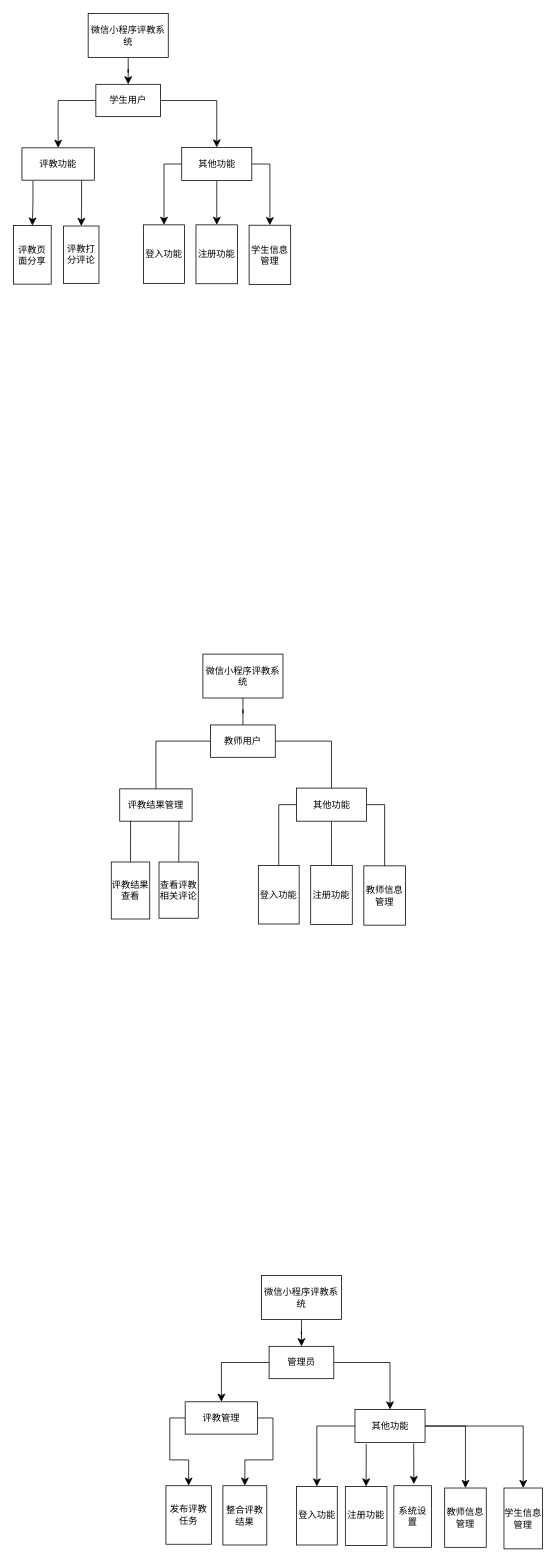
Earlier version of the draw.io diagram page "功能图" (6 of 7) of 未命名绘图.drawio (mao-user/2024code). Source tidied: cells renumbered, new cells numbered last; positions are measured from the earlier drawing's top-left corner, leaving out a move shared by most shapes. Both pictures are drawn from the tidied source at 77%, with x=0, y=0 at pixel (13, 13).
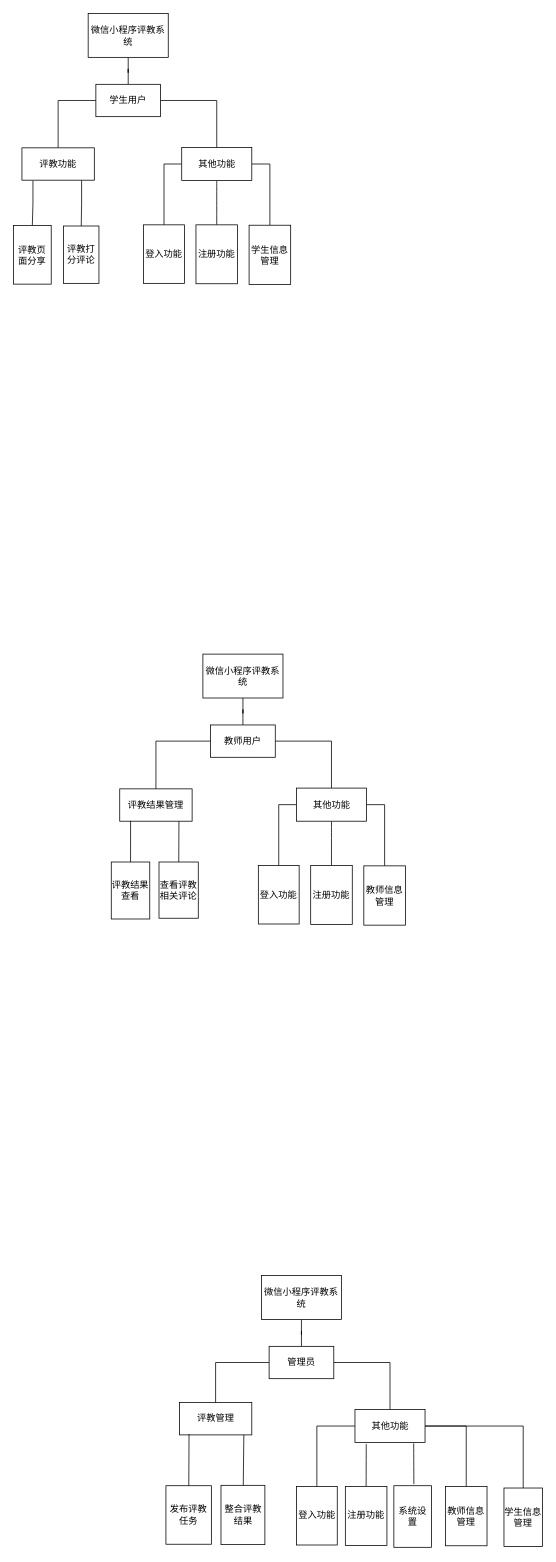
The same diagram, later.

Unchanged cells that the change refers to:
```xml
<mxCell id="3" value="微信小程序评教系统" style="rounded=0;whiteSpace=wrap;html=1;" parent="1" vertex="1">
  <mxGeometry x="97" width="104" height="57" as="geometry" />
</mxCell>
<mxCell id="6" value="学生用户" style="rounded=0;whiteSpace=wrap;html=1;" parent="1" vertex="1">
  <mxGeometry x="107" y="92" width="84" height="42" as="geometry" />
</mxCell>
<mxCell id="9" value="评教功能" style="rounded=0;whiteSpace=wrap;html=1;" parent="1" vertex="1">
  <mxGeometry x="11" y="174.5" width="94" height="42" as="geometry" />
</mxCell>
<mxCell id="13" value="其他功能" style="rounded=0;whiteSpace=wrap;html=1;" parent="1" vertex="1">
  <mxGeometry x="218.5" y="174" width="91" height="43" as="geometry" />
</mxCell>
<mxCell id="14" value="评教页面分享" style="rounded=0;whiteSpace=wrap;html=1;" parent="1" vertex="1">
  <mxGeometry y="275.5" width="49" height="76" as="geometry" />
</mxCell>
<mxCell id="15" value="评教打分评论" style="rounded=0;whiteSpace=wrap;html=1;" parent="1" vertex="1">
  <mxGeometry x="65" y="276" width="46" height="74.5" as="geometry" />
</mxCell>
<mxCell id="16" value="登入功能" style="rounded=0;whiteSpace=wrap;html=1;" parent="1" vertex="1">
  <mxGeometry x="169" y="274.5" width="53" height="76" as="geometry" />
</mxCell>
<mxCell id="17" value="注册功能" style="rounded=0;whiteSpace=wrap;html=1;" parent="1" vertex="1">
  <mxGeometry x="237" y="274.5" width="54" height="76.5" as="geometry" />
</mxCell>
<mxCell id="18" value="学生信息管理" style="rounded=0;whiteSpace=wrap;html=1;" parent="1" vertex="1">
  <mxGeometry x="306" y="275" width="54" height="77" as="geometry" />
</mxCell>
<mxCell id="35" value="微信小程序评教系统" style="rounded=0;whiteSpace=wrap;html=1;" parent="1" vertex="1">
  <mxGeometry x="322" y="1639" width="104" height="57" as="geometry" />
</mxCell>
<mxCell id="38" value="管理员" style="rounded=0;whiteSpace=wrap;html=1;" parent="1" vertex="1">
  <mxGeometry x="332" y="1731" width="84" height="42" as="geometry" />
</mxCell>
<mxCell id="47" value="其他功能" style="rounded=0;whiteSpace=wrap;html=1;" parent="1" vertex="1">
  <mxGeometry x="443.5" y="1813" width="91" height="43" as="geometry" />
</mxCell>
<mxCell id="48" value="发布评教任务" style="rounded=0;whiteSpace=wrap;html=1;" parent="1" vertex="1">
  <mxGeometry x="198" y="1912" width="59" height="76" as="geometry" />
</mxCell>
<mxCell id="50" value="登入功能" style="rounded=0;whiteSpace=wrap;html=1;" parent="1" vertex="1">
  <mxGeometry x="367.5" y="1913" width="53" height="76" as="geometry" />
</mxCell>
<mxCell id="51" value="注册功能" style="rounded=0;whiteSpace=wrap;html=1;" parent="1" vertex="1">
  <mxGeometry x="431" y="1913" width="54" height="76.5" as="geometry" />
</mxCell>
```

Diff of the diagram source:
```diff
@@
-    <mxCell id="2" style="edgeStyle=orthogonalEdgeStyle;rounded=0;jettySize=auto;html=1;fontSize=12;startSize=8;endSize=8;" parent="1" edge="1" source="3" target="6">
+    <mxCell id="2" style="edgeStyle=orthogonalEdgeStyle;rounded=0;jettySize=auto;html=1;fontSize=12;startSize=8;endSize=8;endArrow=none;startFill=0;" parent="1" edge="1" source="3" target="6">
       <mxGeometry relative="1" as="geometry" />
     </mxCell>
@@
-    <mxCell id="4" style="edgeStyle=orthogonalEdgeStyle;rounded=0;jettySize=auto;html=1;entryX=0.5;entryY=0;entryDx=0;entryDy=0;fontSize=12;startSize=8;endSize=8;" parent="1" edge="1" source="6" target="9">
+    <mxCell id="4" style="edgeStyle=orthogonalEdgeStyle;rounded=0;jettySize=auto;html=1;entryX=0.5;entryY=0;entryDx=0;entryDy=0;fontSize=12;startSize=8;endSize=8;endArrow=none;startFill=0;" parent="1" edge="1" source="6" target="9">
       <mxGeometry relative="1" as="geometry" />
     </mxCell>
-    <mxCell id="5" style="edgeStyle=orthogonalEdgeStyle;rounded=0;jettySize=auto;html=1;entryX=0.5;entryY=0;entryDx=0;entryDy=0;fontSize=12;startSize=8;endSize=8;exitX=1;exitY=0.5;exitDx=0;exitDy=0;" parent="1" edge="1" source="6" target="13">
+    <mxCell id="5" style="edgeStyle=orthogonalEdgeStyle;rounded=0;jettySize=auto;html=1;entryX=0.5;entryY=0;entryDx=0;entryDy=0;fontSize=12;startSize=8;endSize=8;exitX=1;exitY=0.5;exitDx=0;exitDy=0;endArrow=none;startFill=0;" parent="1" edge="1" source="6" target="13">
       <mxGeometry relative="1" as="geometry" />
     </mxCell>
@@
-    <mxCell id="7" style="edgeStyle=orthogonalEdgeStyle;rounded=0;jettySize=auto;html=1;exitX=0.152;exitY=1.016;exitDx=0;exitDy=0;entryX=0.5;entryY=0;entryDx=0;entryDy=0;fontSize=12;startSize=8;endSize=8;exitPerimeter=0;" parent="1" edge="1" source="9" target="14">
+    <mxCell id="7" style="edgeStyle=orthogonalEdgeStyle;rounded=0;jettySize=auto;html=1;exitX=0.152;exitY=1.016;exitDx=0;exitDy=0;entryX=0.5;entryY=0;entryDx=0;entryDy=0;fontSize=12;startSize=8;endSize=8;exitPerimeter=0;endArrow=none;startFill=0;" parent="1" edge="1" source="9" target="14">
       <mxGeometry relative="1" as="geometry" />
     </mxCell>
-    <mxCell id="8" style="edgeStyle=orthogonalEdgeStyle;rounded=0;jettySize=auto;html=1;exitX=0.824;exitY=1;exitDx=0;exitDy=0;entryX=0.5;entryY=0;entryDx=0;entryDy=0;fontSize=12;startSize=8;endSize=8;exitPerimeter=0;" parent="1" edge="1" source="9" target="15">
+    <mxCell id="8" style="edgeStyle=orthogonalEdgeStyle;rounded=0;jettySize=auto;html=1;exitX=0.824;exitY=1;exitDx=0;exitDy=0;entryX=0.5;entryY=0;entryDx=0;entryDy=0;fontSize=12;startSize=8;endSize=8;exitPerimeter=0;endArrow=none;endFill=1;startFill=0;" parent="1" edge="1" source="9" target="15">
       <mxGeometry relative="1" as="geometry" />
     </mxCell>
@@
-    <mxCell id="10" style="edgeStyle=orthogonalEdgeStyle;rounded=0;jettySize=auto;html=1;exitX=0;exitY=0.5;exitDx=0;exitDy=0;entryX=0.5;entryY=0;entryDx=0;entryDy=0;fontSize=12;startSize=8;endSize=8;" parent="1" edge="1" source="13" target="16">
+    <mxCell id="10" style="edgeStyle=orthogonalEdgeStyle;rounded=0;jettySize=auto;html=1;exitX=0;exitY=0.5;exitDx=0;exitDy=0;entryX=0.5;entryY=0;entryDx=0;entryDy=0;fontSize=12;startSize=8;endSize=8;endArrow=none;startFill=0;" parent="1" edge="1" source="13" target="16">
       <mxGeometry relative="1" as="geometry" />
     </mxCell>
-    <mxCell id="11" style="edgeStyle=none;curved=1;rounded=0;jettySize=auto;html=1;exitX=0.5;exitY=1;exitDx=0;exitDy=0;entryX=0.5;entryY=0;entryDx=0;entryDy=0;fontSize=12;startSize=8;endSize=8;" parent="1" edge="1" source="13" target="17">
+    <mxCell id="11" style="edgeStyle=none;curved=1;rounded=0;jettySize=auto;html=1;exitX=0.5;exitY=1;exitDx=0;exitDy=0;entryX=0.5;entryY=0;entryDx=0;entryDy=0;fontSize=12;startSize=8;endSize=8;endArrow=none;startFill=0;" parent="1" edge="1" source="13" target="17">
       <mxGeometry relative="1" as="geometry" />
     </mxCell>
-    <mxCell id="12" style="edgeStyle=orthogonalEdgeStyle;rounded=0;jettySize=auto;html=1;exitX=1;exitY=0.5;exitDx=0;exitDy=0;entryX=0.5;entryY=0;entryDx=0;entryDy=0;fontSize=12;startSize=8;endSize=8;" parent="1" edge="1" source="13" target="18">
+    <mxCell id="12" style="edgeStyle=orthogonalEdgeStyle;rounded=0;jettySize=auto;html=1;exitX=1;exitY=0.5;exitDx=0;exitDy=0;entryX=0.5;entryY=0;entryDx=0;entryDy=0;fontSize=12;startSize=8;endSize=8;endArrow=none;startFill=0;" parent="1" edge="1" source="13" target="18">
       <mxGeometry relative="1" as="geometry" />
     </mxCell>
@@
-    <mxCell id="34" style="edgeStyle=orthogonalEdgeStyle;rounded=0;jettySize=auto;html=1;fontSize=12;startSize=8;endSize=8;" parent="1" edge="1" source="35" target="38">
+    <mxCell id="34" style="edgeStyle=orthogonalEdgeStyle;rounded=0;jettySize=auto;html=1;fontSize=12;startSize=8;endSize=8;endArrow=none;startFill=0;" parent="1" edge="1" source="35" target="38">
       <mxGeometry relative="1" as="geometry" />
     </mxCell>
@@
-    <mxCell id="36" style="edgeStyle=orthogonalEdgeStyle;rounded=0;jettySize=auto;html=1;entryX=0.5;entryY=0;entryDx=0;entryDy=0;fontSize=12;startSize=8;endSize=8;" parent="1" edge="1" source="38" target="41">
+    <mxCell id="36" style="edgeStyle=orthogonalEdgeStyle;rounded=0;jettySize=auto;html=1;entryX=0.5;entryY=0;entryDx=0;entryDy=0;fontSize=12;startSize=8;endSize=8;endArrow=none;startFill=0;" parent="1" edge="1" source="38" target="41">
       <mxGeometry relative="1" as="geometry" />
     </mxCell>
-    <mxCell id="37" style="edgeStyle=orthogonalEdgeStyle;rounded=0;jettySize=auto;html=1;entryX=0.5;entryY=0;entryDx=0;entryDy=0;fontSize=12;startSize=8;endSize=8;exitX=1;exitY=0.5;exitDx=0;exitDy=0;" parent="1" edge="1" source="38" target="47">
+    <mxCell id="37" style="edgeStyle=orthogonalEdgeStyle;rounded=0;jettySize=auto;html=1;entryX=0.5;entryY=0;entryDx=0;entryDy=0;fontSize=12;startSize=8;endSize=8;exitX=1;exitY=0.5;exitDx=0;exitDy=0;endArrow=none;startFill=0;" parent="1" edge="1" source="38" target="47">
       <mxGeometry relative="1" as="geometry" />
     </mxCell>
@@
-    <mxCell id="39" style="edgeStyle=orthogonalEdgeStyle;rounded=0;jettySize=auto;html=1;exitX=0;exitY=0.5;exitDx=0;exitDy=0;entryX=0.5;entryY=0;entryDx=0;entryDy=0;fontSize=12;startSize=8;endSize=8;" parent="1" edge="1" source="41" target="48">
-      <mxGeometry relative="1" as="geometry" />
-    </mxCell>
-    <mxCell id="40" style="edgeStyle=orthogonalEdgeStyle;rounded=0;jettySize=auto;html=1;exitX=1;exitY=0.5;exitDx=0;exitDy=0;entryX=0.5;entryY=0;entryDx=0;entryDy=0;fontSize=12;startSize=8;endSize=8;" parent="1" edge="1" source="41" target="49">
-      <mxGeometry relative="1" as="geometry" />
-    </mxCell>
     <mxCell id="41" value="评教管理" style="rounded=0;whiteSpace=wrap;html=1;" parent="1" vertex="1">
-      <mxGeometry x="223" y="1803" width="94" height="42" as="geometry" />
+      <mxGeometry x="215.5" y="1804" width="94" height="42" as="geometry" />
     </mxCell>
-    <mxCell id="42" style="edgeStyle=orthogonalEdgeStyle;rounded=0;jettySize=auto;html=1;exitX=0;exitY=0.5;exitDx=0;exitDy=0;entryX=0.5;entryY=0;entryDx=0;entryDy=0;fontSize=12;startSize=8;endSize=8;" parent="1" edge="1" source="47" target="50">
+    <mxCell id="42" style="edgeStyle=orthogonalEdgeStyle;rounded=0;jettySize=auto;html=1;exitX=0;exitY=0.5;exitDx=0;exitDy=0;entryX=0.5;entryY=0;entryDx=0;entryDy=0;fontSize=12;startSize=8;endSize=8;endArrow=none;startFill=0;" parent="1" edge="1" source="47" target="50">
       <mxGeometry relative="1" as="geometry" />
     </mxCell>
-    <mxCell id="43" style="edgeStyle=none;curved=1;rounded=0;jettySize=auto;html=1;exitX=0.161;exitY=1.04;exitDx=0;exitDy=0;entryX=0.5;entryY=0;entryDx=0;entryDy=0;fontSize=12;startSize=8;endSize=8;exitPerimeter=0;" parent="1" edge="1" source="47" target="51">
+    <mxCell id="43" style="edgeStyle=none;curved=1;rounded=0;jettySize=auto;html=1;exitX=0.161;exitY=1.04;exitDx=0;exitDy=0;entryX=0.5;entryY=0;entryDx=0;entryDy=0;fontSize=12;startSize=8;endSize=8;exitPerimeter=0;endArrow=none;startFill=0;" parent="1" edge="1" source="47" target="51">
       <mxGeometry relative="1" as="geometry" />
     </mxCell>
-    <mxCell id="44" style="edgeStyle=orthogonalEdgeStyle;rounded=0;jettySize=auto;html=1;exitX=1;exitY=0.5;exitDx=0;exitDy=0;entryX=0.5;entryY=0;entryDx=0;entryDy=0;fontSize=12;startSize=8;endSize=8;" parent="1" edge="1" source="47" target="52">
+    <mxCell id="44" style="edgeStyle=orthogonalEdgeStyle;rounded=0;jettySize=auto;html=1;exitX=1;exitY=0.5;exitDx=0;exitDy=0;entryX=0.5;entryY=0;entryDx=0;entryDy=0;fontSize=12;startSize=8;endSize=8;endArrow=none;startFill=0;" parent="1" edge="1" source="47" target="52">
       <mxGeometry relative="1" as="geometry" />
     </mxCell>
-    <mxCell id="45" style="edgeStyle=orthogonalEdgeStyle;rounded=0;jettySize=auto;html=1;exitX=1;exitY=0.5;exitDx=0;exitDy=0;fontSize=12;startSize=8;endSize=8;entryX=0.5;entryY=0;entryDx=0;entryDy=0;" parent="1" edge="1" source="47" target="54">
+    <mxCell id="45" style="edgeStyle=orthogonalEdgeStyle;rounded=0;jettySize=auto;html=1;exitX=1;exitY=0.5;exitDx=0;exitDy=0;fontSize=12;startSize=8;endSize=8;entryX=0.5;entryY=0;entryDx=0;entryDy=0;endArrow=none;startFill=0;" parent="1" edge="1" source="47" target="54">
       <mxGeometry relative="1" as="geometry" />
     </mxCell>
-    <mxCell id="46" style="edgeStyle=none;curved=1;rounded=0;jettySize=auto;html=1;exitX=0.838;exitY=1.024;exitDx=0;exitDy=0;fontSize=12;startSize=8;endSize=8;exitPerimeter=0;" parent="1" edge="1" source="47">
+    <mxCell id="46" style="edgeStyle=none;curved=1;rounded=0;jettySize=auto;html=1;exitX=0.838;exitY=1.024;exitDx=0;exitDy=0;fontSize=12;startSize=8;endSize=8;exitPerimeter=0;endArrow=none;startFill=0;" parent="1" edge="1" source="47">
       <mxGeometry relative="1" as="geometry">
         <mxPoint x="520" y="1910" as="targetPoint" />
       </mxGeometry>
     </mxCell>
@@
     <mxCell id="49" value="整合评教结果" style="rounded=0;whiteSpace=wrap;html=1;" parent="1" vertex="1">
-      <mxGeometry x="272" y="1912" width="57" height="77" as="geometry" />
+      <mxGeometry x="269.5" y="1911.5" width="57" height="77" as="geometry" />
     </mxCell>
@@
     <mxCell id="52" value="教师信息管理" style="rounded=0;whiteSpace=wrap;html=1;" parent="1" vertex="1">
-      <mxGeometry x="560" y="1915" width="54" height="77" as="geometry" />
+      <mxGeometry x="561" y="1913" width="54" height="77" as="geometry" />
     </mxCell>
@@
     <mxCell id="54" value="学生信息管理" style="rounded=0;whiteSpace=wrap;html=1;" parent="1" vertex="1">
-      <mxGeometry x="637" y="1915" width="50" height="79" as="geometry" />
+      <mxGeometry x="637" y="1915" width="50" height="76" as="geometry" />
     </mxCell>
@@
+    <mxCell id="58" style="edgeStyle=none;rounded=0;jettySize=auto;html=1;entryX=0.133;entryY=0.972;entryDx=0;entryDy=0;entryPerimeter=0;endArrow=none;startFill=0;" parent="1" edge="1" source="48" target="41">
+      <mxGeometry relative="1" as="geometry" />
+    </mxCell>
+    <mxCell id="59" style="edgeStyle=none;rounded=0;jettySize=auto;html=1;entryX=0.89;entryY=0.997;entryDx=0;entryDy=0;entryPerimeter=0;endArrow=none;startFill=0;" parent="1" edge="1" source="49" target="41">
+      <mxGeometry relative="1" as="geometry" />
+    </mxCell>
```
